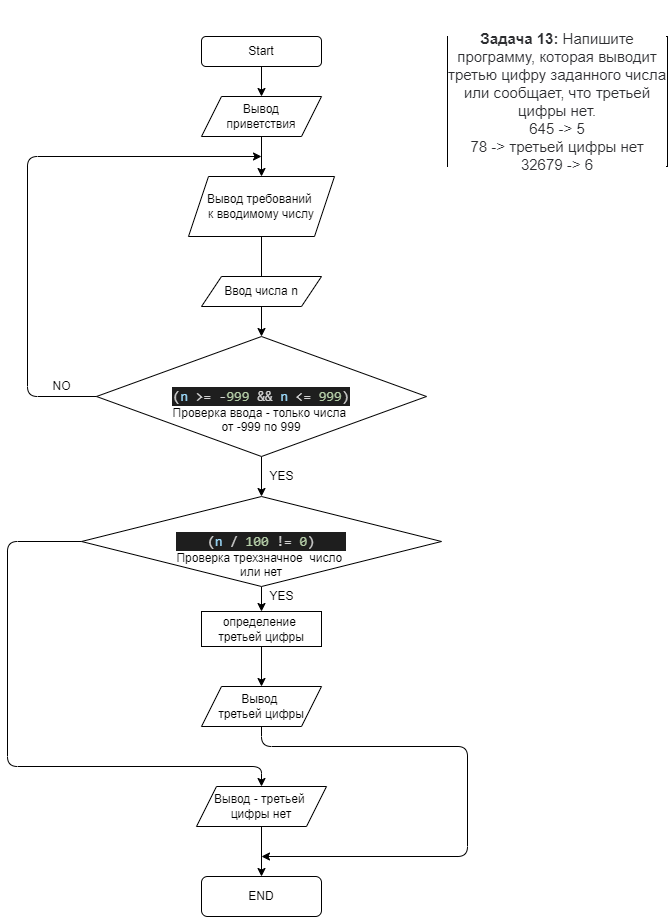
Before: CSharpIntroSeminar/HomeWorkNumber2/EXAMPLE№2-2/giagram.drawio.png, a diagram exported from draw.io (AKChizhov/CSharpIntro). Source tidied: cells renumbered, new cells last; positions are measured from the earlier drawing's top-left corner, leaving out a move shared by most shapes. Its diagram source:
```xml
<mxGraphModel>
  <root>
    <mxCell id="0" />
    <mxCell id="1" parent="0" />
    <mxCell id="2" value="&#10;&#10;&lt;p style=&quot;box-sizing: border-box; margin: 0px; font-weight: 400; color: rgb(44, 45, 48); font-family: roboto, &amp;quot;san francisco&amp;quot;, &amp;quot;helvetica neue&amp;quot;, helvetica, arial; font-size: 15px; font-style: normal; letter-spacing: normal; text-indent: 0px; text-transform: none; word-spacing: 0px; background-color: rgb(255, 255, 255);&quot;&gt;&lt;strong style=&quot;box-sizing: border-box ; font-weight: 700&quot;&gt;Задача 13:&lt;/strong&gt;&lt;span&gt;&amp;nbsp;&lt;/span&gt;Напишите программу, которая выводит третью цифру заданного числа или сообщает, что третьей цифры нет.&lt;/p&gt;&lt;p style=&quot;box-sizing: border-box; margin: 0px; font-weight: 400; color: rgb(44, 45, 48); font-family: roboto, &amp;quot;san francisco&amp;quot;, &amp;quot;helvetica neue&amp;quot;, helvetica, arial; font-size: 15px; font-style: normal; letter-spacing: normal; text-indent: 0px; text-transform: none; word-spacing: 0px; background-color: rgb(255, 255, 255);&quot;&gt;645 -&amp;gt; 5&lt;/p&gt;&lt;p style=&quot;box-sizing: border-box; margin: 0px; font-weight: 400; color: rgb(44, 45, 48); font-family: roboto, &amp;quot;san francisco&amp;quot;, &amp;quot;helvetica neue&amp;quot;, helvetica, arial; font-size: 15px; font-style: normal; letter-spacing: normal; text-indent: 0px; text-transform: none; word-spacing: 0px; background-color: rgb(255, 255, 255);&quot;&gt;78 -&amp;gt; третьей цифры нет&lt;/p&gt;&lt;p style=&quot;box-sizing: border-box; margin: 0px; font-weight: 400; color: rgb(44, 45, 48); font-family: roboto, &amp;quot;san francisco&amp;quot;, &amp;quot;helvetica neue&amp;quot;, helvetica, arial; font-size: 15px; font-style: normal; letter-spacing: normal; text-indent: 0px; text-transform: none; word-spacing: 0px; background-color: rgb(255, 255, 255);&quot;&gt;32679 -&amp;gt; 6&lt;/p&gt;&#10;&#10;" style="rounded=0;whiteSpace=wrap;html=1;" parent="1" vertex="1">
      <mxGeometry x="440" width="220" height="130" as="geometry" />
    </mxCell>
    <mxCell id="3" value="Start" style="rounded=1;whiteSpace=wrap;html=1;" parent="1" vertex="1">
      <mxGeometry x="194" width="120" height="30" as="geometry" />
    </mxCell>
    <mxCell id="4" style="edgeStyle=none;html=1;" parent="1" edge="1" source="5" target="7">
      <mxGeometry relative="1" as="geometry" />
    </mxCell>
    <mxCell id="5" value="Вывод&lt;br&gt;приветствия" style="shape=parallelogram;perimeter=parallelogramPerimeter;whiteSpace=wrap;html=1;fixedSize=1;" parent="1" vertex="1">
      <mxGeometry x="194" y="60" width="120" height="40" as="geometry" />
    </mxCell>
    <mxCell id="6" style="edgeStyle=none;html=1;" parent="1" edge="1" source="7" target="10">
      <mxGeometry relative="1" as="geometry" />
    </mxCell>
    <mxCell id="7" value="Вывод требований&amp;nbsp;&lt;br&gt;к вводимому числу" style="shape=parallelogram;perimeter=parallelogramPerimeter;whiteSpace=wrap;html=1;fixedSize=1;" parent="1" vertex="1">
      <mxGeometry x="181" y="140" width="146" height="60" as="geometry" />
    </mxCell>
    <mxCell id="8" value="Ввод числа n" style="shape=parallelogram;perimeter=parallelogramPerimeter;whiteSpace=wrap;html=1;fixedSize=1;" parent="1" vertex="1">
      <mxGeometry x="194" y="240" width="120" height="30" as="geometry" />
    </mxCell>
    <mxCell id="9" style="edgeStyle=none;html=1;" parent="1" edge="1" source="10" target="13">
      <mxGeometry relative="1" as="geometry" />
    </mxCell>
    <mxCell id="10" value="&lt;br&gt;&lt;br&gt;&lt;div style=&quot;color: rgb(212 , 212 , 212) ; background-color: rgb(30 , 30 , 30) ; font-family: &amp;#34;consolas&amp;#34; , &amp;#34;courier new&amp;#34; , monospace ; font-weight: normal ; font-size: 14px ; line-height: 19px&quot;&gt;&lt;div&gt;&lt;span style=&quot;color: #d4d4d4&quot;&gt;(&lt;/span&gt;&lt;span style=&quot;color: #9cdcfe&quot;&gt;n&lt;/span&gt;&lt;span style=&quot;color: #d4d4d4&quot;&gt; &lt;/span&gt;&lt;span style=&quot;color: #d4d4d4&quot;&gt;&amp;gt;=&lt;/span&gt;&lt;span style=&quot;color: #d4d4d4&quot;&gt; &lt;/span&gt;&lt;span style=&quot;color: #d4d4d4&quot;&gt;-&lt;/span&gt;&lt;span style=&quot;color: #b5cea8&quot;&gt;999&lt;/span&gt;&lt;span style=&quot;color: #d4d4d4&quot;&gt; &lt;/span&gt;&lt;span style=&quot;color: #d4d4d4&quot;&gt;&amp;amp;&amp;amp;&lt;/span&gt;&lt;span style=&quot;color: #d4d4d4&quot;&gt; &lt;/span&gt;&lt;span style=&quot;color: #9cdcfe&quot;&gt;n&lt;/span&gt;&lt;span style=&quot;color: #d4d4d4&quot;&gt; &lt;/span&gt;&lt;span style=&quot;color: #d4d4d4&quot;&gt;&amp;lt;=&lt;/span&gt;&lt;span style=&quot;color: #d4d4d4&quot;&gt; &lt;/span&gt;&lt;span style=&quot;color: #b5cea8&quot;&gt;999&lt;/span&gt;&lt;span style=&quot;color: #d4d4d4&quot;&gt;)&lt;/span&gt;&lt;/div&gt;&lt;/div&gt;Проверка ввода - только числа&amp;nbsp;&lt;br&gt;от -999 по 999&lt;br&gt;" style="rhombus;whiteSpace=wrap;html=1;" parent="1" vertex="1">
      <mxGeometry x="89" y="300" width="330" height="120" as="geometry" />
    </mxCell>
    <mxCell id="11" style="endArrow=classic;html=1;exitX=0.5;exitY=1;exitDx=0;exitDy=0;entryX=0.5;entryY=0;entryDx=0;entryDy=0;" parent="1" edge="1" source="3" target="5">
      <mxGeometry relative="1" as="geometry" />
    </mxCell>
    <mxCell id="12" style="edgeStyle=none;html=1;" parent="1" edge="1" source="13" target="18">
      <mxGeometry relative="1" as="geometry" />
    </mxCell>
    <mxCell id="13" value="&lt;br&gt;&lt;br&gt;&lt;div style=&quot;color: rgb(212 , 212 , 212) ; background-color: rgb(30 , 30 , 30) ; font-family: &amp;#34;consolas&amp;#34; , &amp;#34;courier new&amp;#34; , monospace ; font-weight: normal ; font-size: 14px ; line-height: 19px&quot;&gt;&lt;div&gt;&lt;span style=&quot;color: #d4d4d4&quot;&gt;(&lt;/span&gt;&lt;span style=&quot;color: #9cdcfe&quot;&gt;n&lt;/span&gt;&lt;span style=&quot;color: #d4d4d4&quot;&gt; &lt;/span&gt;&lt;span style=&quot;color: #d4d4d4&quot;&gt;/&lt;/span&gt;&lt;span style=&quot;color: #d4d4d4&quot;&gt; &lt;/span&gt;&lt;span style=&quot;color: #b5cea8&quot;&gt;100&lt;/span&gt;&lt;span style=&quot;color: #d4d4d4&quot;&gt; &lt;/span&gt;&lt;span style=&quot;color: #d4d4d4&quot;&gt;!=&lt;/span&gt;&lt;span style=&quot;color: #d4d4d4&quot;&gt; &lt;/span&gt;&lt;span style=&quot;color: #b5cea8&quot;&gt;0&lt;/span&gt;&lt;span style=&quot;color: #d4d4d4&quot;&gt;)&lt;/span&gt;&lt;/div&gt;&lt;/div&gt;Проверка трехзначное&amp;nbsp; число&amp;nbsp;&lt;br&gt;или нет&lt;br&gt;" style="rhombus;whiteSpace=wrap;html=1;" parent="1" vertex="1">
      <mxGeometry x="74" y="460" width="360" height="90" as="geometry" />
    </mxCell>
    <mxCell id="14" value="YES" style="text;html=1;align=center;verticalAlign=middle;fillColor=none;strokeColor=none;rounded=0;" parent="1" vertex="1">
      <mxGeometry x="254" y="430" width="40" height="20" as="geometry" />
    </mxCell>
    <mxCell id="15" style="endArrow=classic;html=1;exitX=0;exitY=0.5;exitDx=0;exitDy=0;" parent="1" edge="1" source="10">
      <mxGeometry relative="1" as="geometry">
        <mxPoint x="254" y="120" as="targetPoint" />
        <Array as="points">
          <mxPoint x="20" y="360" />
          <mxPoint x="20" y="120" />
        </Array>
      </mxGeometry>
    </mxCell>
    <mxCell id="16" value="NO" style="text;html=1;align=center;verticalAlign=middle;fillColor=none;strokeColor=none;rounded=0;" parent="1" vertex="1">
      <mxGeometry x="39" y="340" width="30" height="20" as="geometry" />
    </mxCell>
    <mxCell id="17" style="edgeStyle=none;html=1;" parent="1" edge="1" source="18" target="20">
      <mxGeometry relative="1" as="geometry" />
    </mxCell>
    <mxCell id="18" value="определение&amp;nbsp;&lt;br&gt;третьей цифры" style="rounded=0;whiteSpace=wrap;html=1;" parent="1" vertex="1">
      <mxGeometry x="194" y="575" width="120" height="35" as="geometry" />
    </mxCell>
    <mxCell id="19" value="YES" style="text;html=1;align=center;verticalAlign=middle;fillColor=none;strokeColor=none;rounded=0;" parent="1" vertex="1">
      <mxGeometry x="254" y="550" width="40" height="20" as="geometry" />
    </mxCell>
    <mxCell id="20" value="Вывод&amp;nbsp;&lt;br&gt;третьей цифры" style="shape=parallelogram;perimeter=parallelogramPerimeter;whiteSpace=wrap;html=1;fixedSize=1;" parent="1" vertex="1">
      <mxGeometry x="194" y="650" width="120" height="40" as="geometry" />
    </mxCell>
    <mxCell id="21" style="edgeStyle=none;html=1;" parent="1" edge="1" source="22" target="24">
      <mxGeometry relative="1" as="geometry" />
    </mxCell>
    <mxCell id="22" value="Вывод - третьей&amp;nbsp;&lt;br&gt;цифры нет" style="shape=parallelogram;perimeter=parallelogramPerimeter;whiteSpace=wrap;html=1;fixedSize=1;" parent="1" vertex="1">
      <mxGeometry x="189" y="750" width="130" height="40" as="geometry" />
    </mxCell>
    <mxCell id="23" style="endArrow=classic;html=1;exitX=0;exitY=0.5;exitDx=0;exitDy=0;entryX=0.5;entryY=0;entryDx=0;entryDy=0;" parent="1" edge="1" source="13" target="22">
      <mxGeometry relative="1" as="geometry">
        <Array as="points">
          <mxPoint y="505" />
          <mxPoint y="730" />
          <mxPoint x="254" y="730" />
        </Array>
      </mxGeometry>
    </mxCell>
    <mxCell id="24" value="END" style="rounded=1;whiteSpace=wrap;html=1;" parent="1" vertex="1">
      <mxGeometry x="194" y="840" width="120" height="40" as="geometry" />
    </mxCell>
    <mxCell id="25" style="endArrow=classic;html=1;exitX=0.5;exitY=1;exitDx=0;exitDy=0;" parent="1" edge="1" source="20">
      <mxGeometry relative="1" as="geometry">
        <mxPoint x="254" y="820" as="targetPoint" />
        <Array as="points">
          <mxPoint x="254" y="710" />
          <mxPoint x="460" y="710" />
          <mxPoint x="460" y="820" />
        </Array>
      </mxGeometry>
    </mxCell>
  </root>
</mxGraphModel>
```
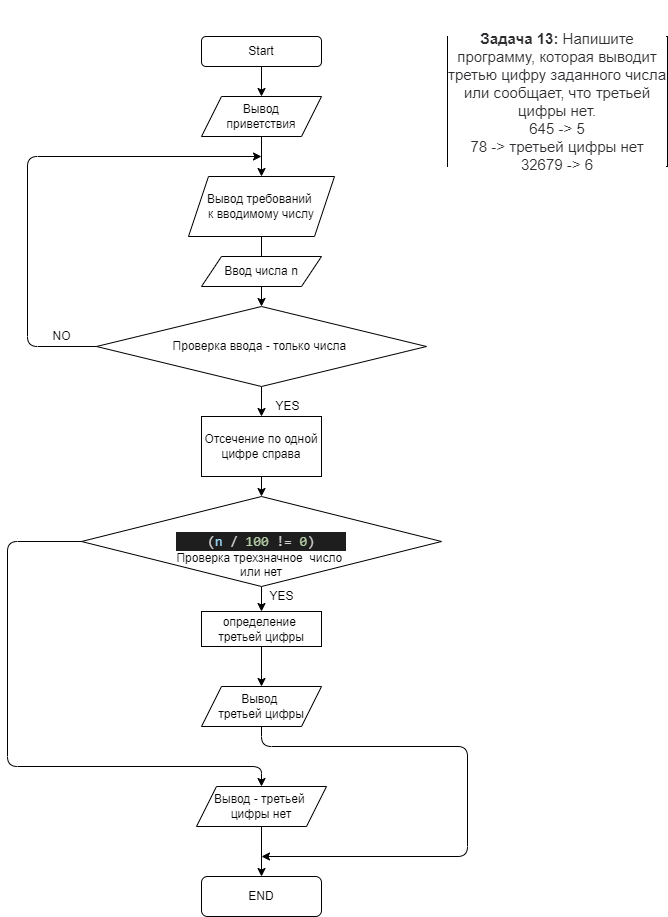
After the change.

Commit message:
Переделано под универсальность. Общее упрощение

The edit, as a diff of the source:
```diff
@@ -20,14 +20,19 @@
     <mxCell id="7" value="Вывод требований&amp;nbsp;&lt;br&gt;к вводимому числу" style="shape=parallelogram;perimeter=parallelogramPerimeter;whiteSpace=wrap;html=1;fixedSize=1;" parent="1" vertex="1">
       <mxGeometry x="181" y="140" width="146" height="60" as="geometry" />
     </mxCell>
+    <mxCell id="26" style="edgeStyle=none;html=1;exitX=0.5;exitY=0;exitDx=0;exitDy=0;" parent="1" edge="1" source="8">
+      <mxGeometry relative="1" as="geometry">
+        <mxPoint x="254" y="230" as="targetPoint" />
+      </mxGeometry>
+    </mxCell>
     <mxCell id="8" value="Ввод числа n" style="shape=parallelogram;perimeter=parallelogramPerimeter;whiteSpace=wrap;html=1;fixedSize=1;" parent="1" vertex="1">
-      <mxGeometry x="194" y="240" width="120" height="30" as="geometry" />
+      <mxGeometry x="194" y="220" width="120" height="30" as="geometry" />
     </mxCell>
-    <mxCell id="9" style="edgeStyle=none;html=1;" parent="1" edge="1" source="10" target="13">
-      <mxGeometry relative="1" as="geometry" />
-    </mxCell>
+    <mxCell id="27" style="edgeStyle=none;html=1;" parent="1" edge="1" source="10" target="28">
+      <mxGeometry relative="1" as="geometry" />
+    </mxCell>
-    <mxCell id="10" value="&lt;br&gt;&lt;br&gt;&lt;div style=&quot;color: rgb(212 , 212 , 212) ; background-color: rgb(30 , 30 , 30) ; font-family: &amp;#34;consolas&amp;#34; , &amp;#34;courier new&amp;#34; , monospace ; font-weight: normal ; font-size: 14px ; line-height: 19px&quot;&gt;&lt;div&gt;&lt;span style=&quot;color: #d4d4d4&quot;&gt;(&lt;/span&gt;&lt;span style=&quot;color: #9cdcfe&quot;&gt;n&lt;/span&gt;&lt;span style=&quot;color: #d4d4d4&quot;&gt; &lt;/span&gt;&lt;span style=&quot;color: #d4d4d4&quot;&gt;&amp;gt;=&lt;/span&gt;&lt;span style=&quot;color: #d4d4d4&quot;&gt; &lt;/span&gt;&lt;span style=&quot;color: #d4d4d4&quot;&gt;-&lt;/span&gt;&lt;span style=&quot;color: #b5cea8&quot;&gt;999&lt;/span&gt;&lt;span style=&quot;color: #d4d4d4&quot;&gt; &lt;/span&gt;&lt;span style=&quot;color: #d4d4d4&quot;&gt;&amp;amp;&amp;amp;&lt;/span&gt;&lt;span style=&quot;color: #d4d4d4&quot;&gt; &lt;/span&gt;&lt;span style=&quot;color: #9cdcfe&quot;&gt;n&lt;/span&gt;&lt;span style=&quot;color: #d4d4d4&quot;&gt; &lt;/span&gt;&lt;span style=&quot;color: #d4d4d4&quot;&gt;&amp;lt;=&lt;/span&gt;&lt;span style=&quot;color: #d4d4d4&quot;&gt; &lt;/span&gt;&lt;span style=&quot;color: #b5cea8&quot;&gt;999&lt;/span&gt;&lt;span style=&quot;color: #d4d4d4&quot;&gt;)&lt;/span&gt;&lt;/div&gt;&lt;/div&gt;Проверка ввода - только числа&amp;nbsp;&lt;br&gt;от -999 по 999&lt;br&gt;" style="rhombus;whiteSpace=wrap;html=1;" parent="1" vertex="1">
-      <mxGeometry x="89" y="300" width="330" height="120" as="geometry" />
+    <mxCell id="10" value="Проверка ввода - только числа&amp;nbsp;" style="rhombus;whiteSpace=wrap;html=1;" parent="1" vertex="1">
+      <mxGeometry x="89" y="270" width="330" height="80" as="geometry" />
     </mxCell>
     <mxCell id="11" style="endArrow=classic;html=1;exitX=0.5;exitY=1;exitDx=0;exitDy=0;entryX=0.5;entryY=0;entryDx=0;entryDy=0;" parent="1" edge="1" source="3" target="5">
       <mxGeometry relative="1" as="geometry" />
@@ -39,19 +44,19 @@
       <mxGeometry x="74" y="460" width="360" height="90" as="geometry" />
     </mxCell>
     <mxCell id="14" value="YES" style="text;html=1;align=center;verticalAlign=middle;fillColor=none;strokeColor=none;rounded=0;" parent="1" vertex="1">
-      <mxGeometry x="254" y="430" width="40" height="20" as="geometry" />
+      <mxGeometry x="260" y="360" width="40" height="20" as="geometry" />
     </mxCell>
     <mxCell id="15" style="endArrow=classic;html=1;exitX=0;exitY=0.5;exitDx=0;exitDy=0;" parent="1" edge="1" source="10">
       <mxGeometry relative="1" as="geometry">
         <mxPoint x="254" y="120" as="targetPoint" />
         <Array as="points">
-          <mxPoint x="20" y="360" />
+          <mxPoint x="20" y="310" />
           <mxPoint x="20" y="120" />
         </Array>
       </mxGeometry>
     </mxCell>
     <mxCell id="16" value="NO" style="text;html=1;align=center;verticalAlign=middle;fillColor=none;strokeColor=none;rounded=0;" parent="1" vertex="1">
-      <mxGeometry x="39" y="340" width="30" height="20" as="geometry" />
+      <mxGeometry x="39" y="290" width="30" height="20" as="geometry" />
     </mxCell>
     <mxCell id="17" style="edgeStyle=none;html=1;" parent="1" edge="1" source="18" target="20">
       <mxGeometry relative="1" as="geometry" />
@@ -93,5 +98,11 @@
         </Array>
       </mxGeometry>
     </mxCell>
+    <mxCell id="28" value="Отсечение по одной цифре справа" style="rounded=0;whiteSpace=wrap;html=1;" parent="1" vertex="1">
+      <mxGeometry x="194" y="380" width="120" height="60" as="geometry" />
+    </mxCell>
+    <mxCell id="29" style="endArrow=classic;html=1;exitX=0.5;exitY=1;exitDx=0;exitDy=0;entryX=0.5;entryY=0;entryDx=0;entryDy=0;" parent="1" edge="1" source="28" target="13">
+      <mxGeometry relative="1" as="geometry" />
+    </mxCell>
   </root>
 </mxGraphModel>
```
